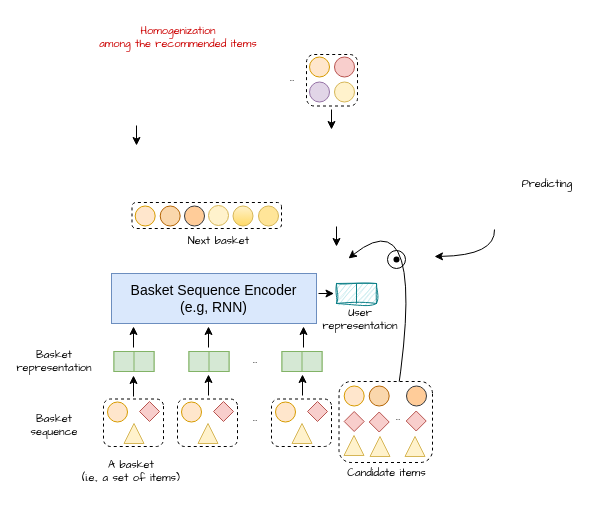
The draw.io diagram issue.drawio in wenqisun/data, before the edit. Source tidied: cells renumbered, new cells numbered last; positions are measured from the earlier drawing's top-left corner, leaving out a move shared by most shapes. Both pictures are drawn from the tidied source at 100%, with x=0, y=0 at pixel (24, 22).
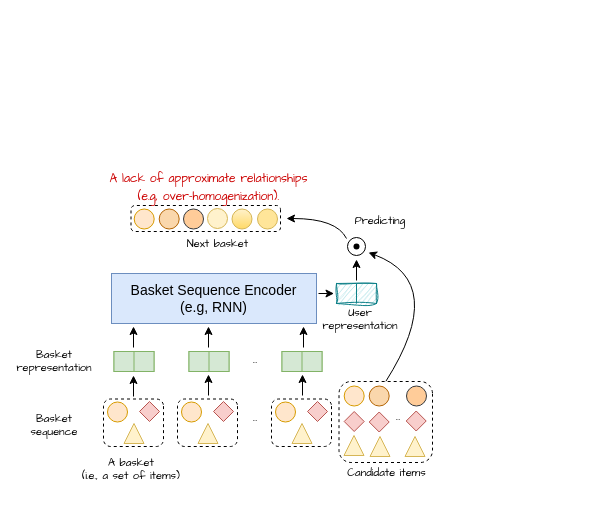
After the change.

The change refers to these unchanged cells:
```xml
<mxCell id="33" style="rounded=1;whiteSpace=wrap;html=1;dashed=1;direction=south;" parent="32" vertex="1">
  <mxGeometry y="1" width="93.5" height="81" as="geometry" />
</mxCell>
```

Diff of the diagram source:
```diff
@@
     <mxCell id="2" value="&lt;p style=&quot;line-height: 0%;&quot;&gt;&lt;font face=&quot;Comic Sans MS&quot; style=&quot;font-size: 11px;&quot;&gt;A basket&lt;/font&gt;&lt;/p&gt;&lt;p style=&quot;line-height: 0%;&quot;&gt;&lt;font face=&quot;Comic Sans MS&quot; style=&quot;font-size: 11px;&quot;&gt;(i.e., a set of items)&lt;/font&gt;&lt;/p&gt;" style="text;strokeColor=none;align=center;fillColor=none;html=1;verticalAlign=middle;whiteSpace=wrap;rounded=0;dashed=1;" parent="1" vertex="1">
-      <mxGeometry x="28.5" y="431" width="156" height="33.5" as="geometry" />
+      <mxGeometry x="28.5" y="429" width="156" height="33.5" as="geometry" />
     </mxCell>
@@
-    <mxCell id="4" style="endArrow=classic;html=1;rounded=0;fontFamily=Comic Sans MS;fontSize=11;" parent="1" edge="1">
-      <mxGeometry relative="1" as="geometry">
-        <mxPoint x="112" y="103" as="sourcePoint" />
-        <mxPoint x="112" y="123" as="targetPoint" />
-      </mxGeometry>
-    </mxCell>
@@
-    <mxCell id="9" style="endArrow=classic;html=1;rounded=0;fontFamily=Comic Sans MS;fontSize=11;" parent="1" edge="1">
-      <mxGeometry relative="1" as="geometry">
-        <mxPoint x="307" y="87" as="sourcePoint" />
-        <mxPoint x="307" y="107" as="targetPoint" />
-      </mxGeometry>
-    </mxCell>
@@
-    <mxCell id="13" value="&lt;p style=&quot;line-height: 0%;&quot;&gt;&lt;font face=&quot;Comic Sans MS&quot;&gt;&lt;span style=&quot;font-size: 11px;&quot;&gt;...&lt;/span&gt;&lt;/font&gt;&lt;/p&gt;" style="text;strokeColor=none;align=center;fillColor=none;html=1;verticalAlign=middle;whiteSpace=wrap;rounded=0;dashed=1;" parent="1" vertex="1">
-      <mxGeometry x="252.5" y="40" width="30" height="30" as="geometry" />
-    </mxCell>
@@
     <mxCell id="19" style="group;" parent="1" vertex="1">
-      <mxGeometry x="362" y="227" width="20" height="20" as="geometry" />
+      <mxGeometry x="322" y="214" width="20" height="20" as="geometry" />
     </mxCell>
@@
-    <mxCell id="24" style="curved=1;endArrow=classic;html=1;rounded=1;fontFamily=Comic Sans MS;fontSize=3;startSize=1;endSize=6;entryX=1.16;entryY=0.3;entryDx=0;entryDy=0;entryPerimeter=0;exitX=1;exitY=0.5;exitDx=0;exitDy=0;" parent="1" edge="1" source="33">
+    <mxCell id="24" style="curved=1;endArrow=classic;html=1;rounded=1;fontFamily=Comic Sans MS;fontSize=3;startSize=1;endSize=6;exitX=0;exitY=0.5;exitDx=0;exitDy=0;" parent="1" edge="1" source="33">
       <mxGeometry relative="1" as="geometry">
-        <mxPoint x="324" y="236" as="targetPoint" />
+        <mxPoint x="344" y="230" as="targetPoint" />
         <Array as="points">
-          <mxPoint x="414" y="164" />
+          <mxPoint x="424" y="260" />
         </Array>
       </mxGeometry>
     </mxCell>
-    <mxCell id="25" style="endArrow=classic;html=1;rounded=0;fontFamily=Comic Sans MS;fontSize=11;" parent="1" edge="1">
-      <mxGeometry relative="1" as="geometry">
-        <mxPoint x="312" y="204" as="sourcePoint" />
-        <mxPoint x="312" y="224" as="targetPoint" />
-      </mxGeometry>
-    </mxCell>
-    <mxCell id="26" style="group;" parent="1" vertex="1">
-      <mxGeometry x="282" y="32" width="51" height="51.5" as="geometry" />
-    </mxCell>
-    <mxCell id="27" style="rounded=1;whiteSpace=wrap;html=1;dashed=1;direction=south;" parent="26" vertex="1">
-      <mxGeometry width="51" height="51.5" as="geometry" />
-    </mxCell>
-    <mxCell id="28" style="ellipse;whiteSpace=wrap;html=1;fillColor=#ffe6cc;strokeColor=#d79b00;" parent="26" vertex="1">
-      <mxGeometry x="3" y="2.5" width="20" height="20" as="geometry" />
-    </mxCell>
-    <mxCell id="29" style="ellipse;whiteSpace=wrap;html=1;fillColor=#e1d5e7;strokeColor=#9673a6;" parent="26" vertex="1">
-      <mxGeometry x="3" y="27.5" width="20" height="20" as="geometry" />
-    </mxCell>
-    <mxCell id="30" style="ellipse;whiteSpace=wrap;html=1;fillColor=#f8cecc;strokeColor=#b85450;" parent="26" vertex="1">
-      <mxGeometry x="28" y="2.5" width="20" height="20" as="geometry" />
-    </mxCell>
-    <mxCell id="31" style="ellipse;whiteSpace=wrap;html=1;fillColor=#fff2cc;strokeColor=#d6b656;" parent="26" vertex="1">
-      <mxGeometry x="28" y="27.5" width="20" height="20" as="geometry" />
-    </mxCell>
@@
     <mxCell id="41" value="&lt;p style=&quot;line-height: 0%;&quot;&gt;&lt;font face=&quot;Comic Sans MS&quot;&gt;&lt;span style=&quot;font-size: 11px;&quot;&gt;Predicting&lt;/span&gt;&lt;/font&gt;&lt;/p&gt;" style="text;strokeColor=none;align=center;fillColor=none;html=1;verticalAlign=middle;whiteSpace=wrap;rounded=0;dashed=1;" parent="1" vertex="1">
-      <mxGeometry x="482.5" y="150" width="80" height="22" as="geometry" />
+      <mxGeometry x="315.5" y="187" width="80" height="22" as="geometry" />
     </mxCell>
     <mxCell id="42" style="rounded=1;whiteSpace=wrap;html=1;dashed=1;direction=south;" parent="1" vertex="1">
-      <mxGeometry x="107.5" y="180" width="149.5" height="26" as="geometry" />
+      <mxGeometry x="106.5" y="183" width="149.5" height="26" as="geometry" />
     </mxCell>
     <mxCell id="43" style="curved=1;endArrow=classic;html=1;rounded=1;fontFamily=Comic Sans MS;fontSize=3;startSize=1;endSize=6;" parent="1" edge="1">
       <mxGeometry relative="1" as="geometry">
-        <mxPoint x="470" y="207" as="sourcePoint" />
-        <mxPoint x="410" y="234" as="targetPoint" />
+        <mxPoint x="322" y="216" as="sourcePoint" />
+        <mxPoint x="262" y="196" as="targetPoint" />
         <Array as="points">
-          <mxPoint x="471" y="233" />
+          <mxPoint x="312" y="196" />
         </Array>
       </mxGeometry>
     </mxCell>
     <mxCell id="44" value="&lt;p style=&quot;line-height: 0%;&quot;&gt;&lt;span style=&quot;font-size: 11px; font-family: &amp;quot;Comic Sans MS&amp;quot;; background-color: initial;&quot;&gt;Next basket&lt;/span&gt;&lt;/p&gt;" style="text;strokeColor=none;align=center;fillColor=none;html=1;verticalAlign=middle;whiteSpace=wrap;rounded=0;dashed=1;" parent="1" vertex="1">
-      <mxGeometry x="142.5" y="206" width="103" height="23.5" as="geometry" />
+      <mxGeometry x="141.5" y="209" width="103" height="23.5" as="geometry" />
     </mxCell>
     <mxCell id="45" style="ellipse;whiteSpace=wrap;html=1;fillColor=#ffe6cc;strokeColor=#d79b00;" parent="1" vertex="1">
-      <mxGeometry x="110.7" y="183.5" width="20" height="20" as="geometry" />
+      <mxGeometry x="109.7" y="186.5" width="20" height="20" as="geometry" />
     </mxCell>
     <mxCell id="46" style="ellipse;whiteSpace=wrap;html=1;fillColor=#fad7ac;strokeColor=#b46504;" parent="1" vertex="1">
-      <mxGeometry x="135.7" y="183.5" width="20" height="20" as="geometry" />
+      <mxGeometry x="134.7" y="186.5" width="20" height="20" as="geometry" />
     </mxCell>
     <mxCell id="47" style="ellipse;whiteSpace=wrap;html=1;fillColor=#ffcc99;strokeColor=#36393d;" parent="1" vertex="1">
-      <mxGeometry x="160" y="183.5" width="20" height="20" as="geometry" />
+      <mxGeometry x="159" y="186.5" width="20" height="20" as="geometry" />
     </mxCell>
     <mxCell id="48" style="ellipse;whiteSpace=wrap;html=1;fillColor=#fff2cc;strokeColor=#d6b656;" parent="1" vertex="1">
-      <mxGeometry x="184" y="183" width="20" height="20" as="geometry" />
+      <mxGeometry x="183" y="186" width="20" height="20" as="geometry" />
     </mxCell>
     <mxCell id="49" style="ellipse;whiteSpace=wrap;html=1;fillColor=#fff2cc;strokeColor=#d6b656;gradientColor=#ffd966;" parent="1" vertex="1">
-      <mxGeometry x="208.5" y="183.5" width="20" height="20" as="geometry" />
+      <mxGeometry x="207.5" y="186.5" width="20" height="20" as="geometry" />
     </mxCell>
     <mxCell id="50" style="ellipse;whiteSpace=wrap;html=1;fillColor=#FFE599;strokeColor=#d6b656;" parent="1" vertex="1">
-      <mxGeometry x="234" y="183.5" width="20" height="20" as="geometry" />
+      <mxGeometry x="233" y="186.5" width="20" height="20" as="geometry" />
     </mxCell>
-    <mxCell id="51" value="&lt;p style=&quot;line-height: 0%;&quot;&gt;&lt;span style=&quot;font-size: 11px; font-family: &amp;quot;Comic Sans MS&amp;quot;; background-color: initial;&quot;&gt;&lt;font color=&quot;#cc0000&quot;&gt;Homogenization&lt;/font&gt;&lt;/span&gt;&lt;/p&gt;&lt;p style=&quot;line-height: 0%;&quot;&gt;&lt;span style=&quot;font-size: 11px; color: rgb(204, 0, 0); font-family: &amp;quot;Comic Sans MS&amp;quot;; background-color: initial;&quot;&gt;among the recommended items&lt;/span&gt;&lt;/p&gt;" style="text;strokeColor=none;align=center;fillColor=none;html=1;verticalAlign=middle;whiteSpace=wrap;rounded=0;dashed=1;" parent="1" vertex="1">
-      <mxGeometry x="54" width="200" height="27.2" as="geometry" />
-    </mxCell>
@@
+    <mxCell id="77" style="endArrow=classic;html=1;rounded=0;fontFamily=Comic Sans MS;fontSize=11;" parent="1" edge="1">
+      <mxGeometry relative="1" as="geometry">
+        <mxPoint x="332" y="258" as="sourcePoint" />
+        <mxPoint x="332" y="237" as="targetPoint" />
+      </mxGeometry>
+    </mxCell>
+    <mxCell id="78" value="&lt;font color=&quot;#cc0000&quot; face=&quot;Comic Sans MS&quot; style=&quot;font-size: 12px;&quot;&gt;A lack of approximate relationships &lt;br&gt;(e.g, over-homogenization).&lt;/font&gt;" style="text;strokeColor=none;align=center;fillColor=none;html=1;verticalAlign=middle;whiteSpace=wrap;rounded=0;fontSize=14;fontFamily=Helvetica;" parent="1" vertex="1">
+      <mxGeometry x="47" y="149" width="274.5" height="30" as="geometry" />
+    </mxCell>
```
